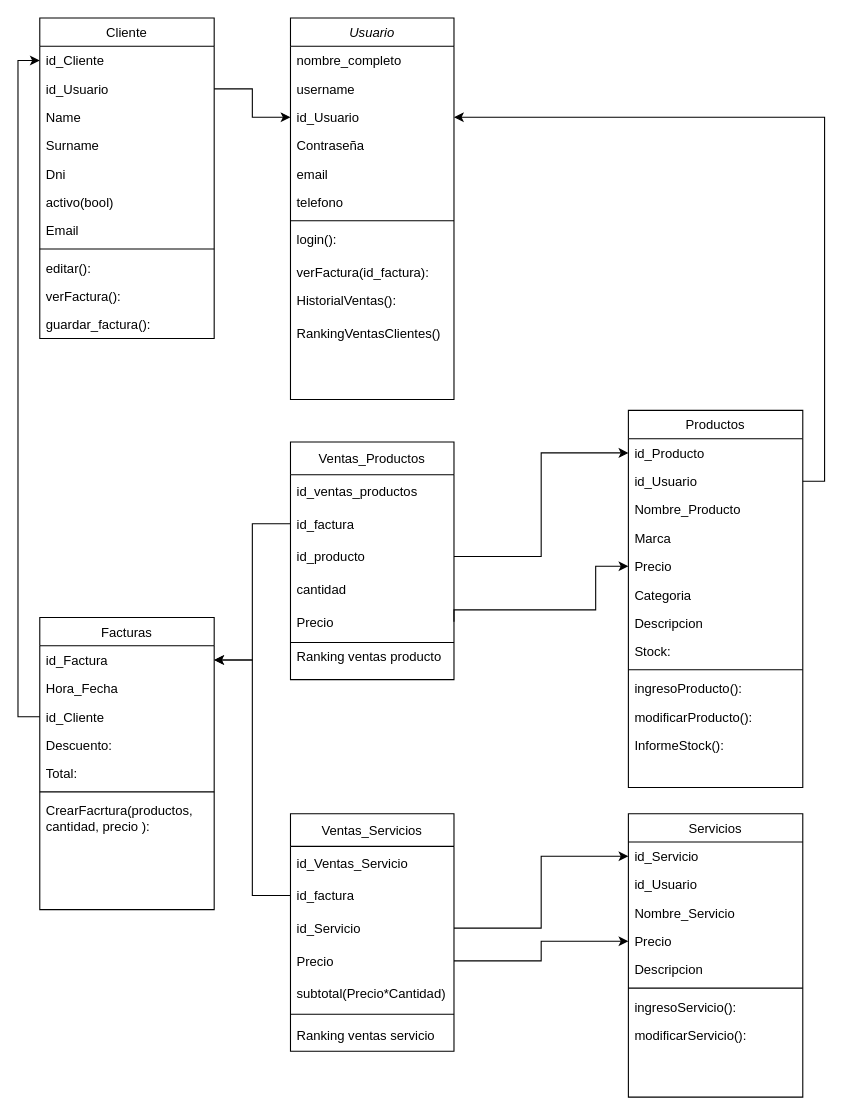
Before: UML_proyecto/Diagrama proyecto informatico.drawio in Francovc12/repopractica, a draw.io diagram. Source tidied: cells renumbered, new cells numbered last; positions are measured from the earlier drawing's top-left corner, leaving out a move shared by most shapes. Both pictures are drawn from the tidied source at 109%, with x=0, y=0 at pixel (39, 17).
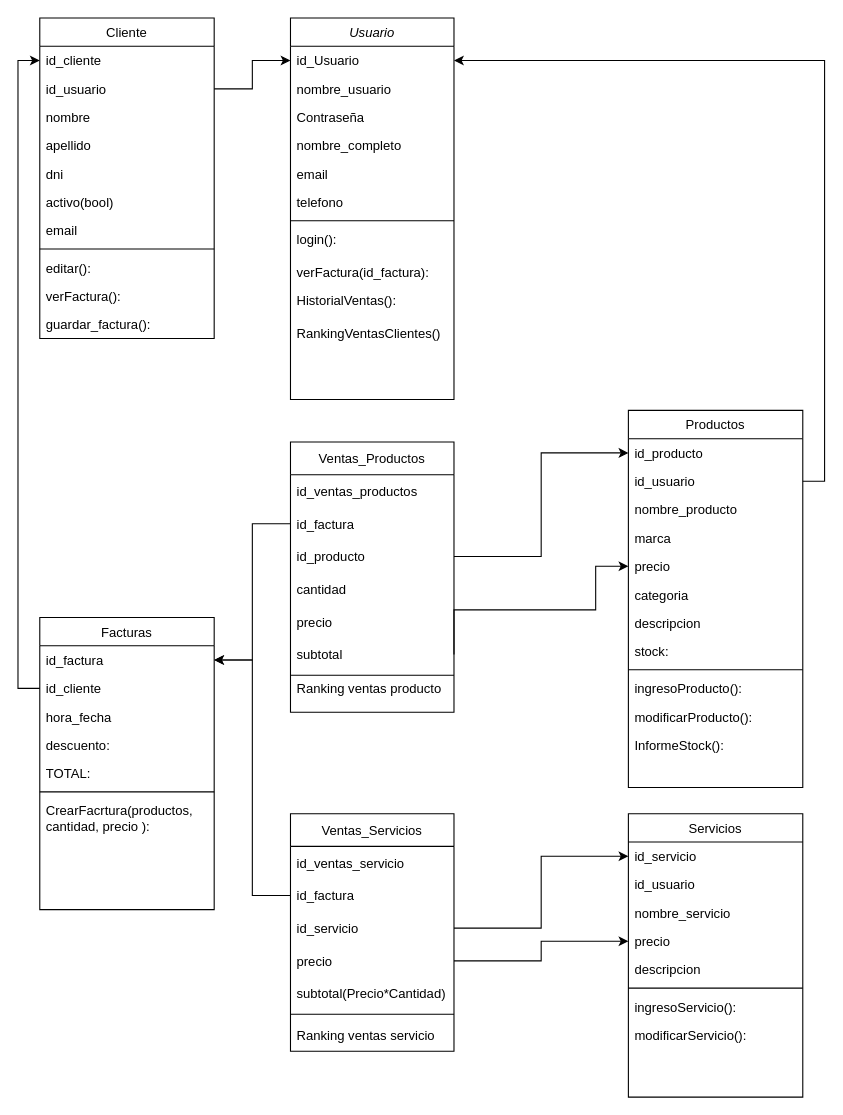
The same diagram, later.

Commit message (it also covers changes not shown here):
modificacion uml

The change refers to these unchanged cells:
```xml
<mxCell id="2" value="Usuario" style="swimlane;fontStyle=2;align=center;verticalAlign=top;horizontal=1;startSize=26;rounded=0;shadow=0;strokeWidth=1;" parent="1" vertex="1">
  <mxGeometry x="230" width="150" height="350" as="geometry" />
</mxCell>
<mxCell id="14" value="Cliente" style="swimlane;fontStyle=0;align=center;verticalAlign=top;horizontal=1;startSize=26;rounded=0;shadow=0;strokeWidth=1;" parent="1" vertex="1">
  <mxGeometry width="160" height="294" as="geometry" />
</mxCell>
<mxCell id="26" value="Productos" style="swimlane;fontStyle=0;align=center;verticalAlign=top;horizontal=1;startSize=26;rounded=0;shadow=0;strokeWidth=1;" parent="1" vertex="1">
  <mxGeometry x="540" y="360" width="160" height="346" as="geometry" />
</mxCell>
<mxCell id="39" value="Facturas" style="swimlane;fontStyle=0;align=center;verticalAlign=top;horizontal=1;startSize=26;rounded=0;shadow=0;strokeWidth=1;" parent="1" vertex="1">
  <mxGeometry y="550" width="160" height="268" as="geometry" />
</mxCell>
<mxCell id="62" value="Servicios" style="swimlane;fontStyle=0;align=center;verticalAlign=top;horizontal=1;startSize=26;rounded=0;shadow=0;strokeWidth=1;" parent="1" vertex="1">
  <mxGeometry x="540" y="730" width="160" height="260" as="geometry" />
</mxCell>
<mxCell id="71" value="Ventas_Servicios" style="swimlane;fontStyle=0;horizontal=1;startSize=30;" parent="1" vertex="1">
  <mxGeometry x="230" y="730" width="150" height="218" as="geometry" />
</mxCell>
```

The edit, as a diff of the source:
```diff
@@
+    <mxCell id="5" value="id_Usuario" style="text;align=left;verticalAlign=top;spacingLeft=4;spacingRight=4;overflow=hidden;points=[[0,0.5],[1,0.5]];portConstraint=eastwest;" parent="2" vertex="1">
+      <mxGeometry y="26" width="150" height="26" as="geometry" />
+    </mxCell>
-    <mxCell id="3" value="nombre_completo" style="text;align=left;verticalAlign=top;spacingLeft=4;spacingRight=4;overflow=hidden;" parent="2" vertex="1">
-      <mxGeometry y="26" width="150" height="26" as="geometry" />
+    <mxCell id="3" value="nombre_usuario" style="text;align=left;verticalAlign=top;spacingLeft=4;spacingRight=4;overflow=hidden;" parent="2" vertex="1">
+      <mxGeometry y="52" width="150" height="26" as="geometry" />
     </mxCell>
+    <mxCell id="6" value="Contraseña" style="text;align=left;verticalAlign=top;spacingLeft=4;spacingRight=4;overflow=hidden;rounded=0;shadow=0;html=0;" parent="2" vertex="1">
+      <mxGeometry y="78" width="150" height="26" as="geometry" />
+    </mxCell>
-    <mxCell id="4" value="username" style="text;align=left;verticalAlign=top;spacingLeft=4;spacingRight=4;overflow=hidden;" parent="2" vertex="1">
-      <mxGeometry y="52" width="150" height="26" as="geometry" />
+    <mxCell id="4" value="nombre_completo" style="text;align=left;verticalAlign=top;spacingLeft=4;spacingRight=4;overflow=hidden;" parent="2" vertex="1">
+      <mxGeometry y="104" width="150" height="26" as="geometry" />
     </mxCell>
-    <mxCell id="5" value="id_Usuario" style="text;align=left;verticalAlign=top;spacingLeft=4;spacingRight=4;overflow=hidden;points=[[0,0.5],[1,0.5]];portConstraint=eastwest;" parent="2" vertex="1">
-      <mxGeometry y="78" width="150" height="26" as="geometry" />
-    </mxCell>
-    <mxCell id="6" value="Contraseña" style="text;align=left;verticalAlign=top;spacingLeft=4;spacingRight=4;overflow=hidden;rounded=0;shadow=0;html=0;" parent="2" vertex="1">
-      <mxGeometry y="104" width="150" height="26" as="geometry" />
-    </mxCell>
@@
-    <mxCell id="15" value="id_Cliente" style="text;align=left;verticalAlign=top;spacingLeft=4;spacingRight=4;overflow=hidden;points=[[0,0.5],[1,0.5]];portConstraint=eastwest;" parent="14" vertex="1">
+    <mxCell id="15" value="id_cliente" style="text;align=left;verticalAlign=top;spacingLeft=4;spacingRight=4;overflow=hidden;points=[[0,0.5],[1,0.5]];portConstraint=eastwest;" parent="14" vertex="1">
       <mxGeometry y="26" width="160" height="26" as="geometry" />
     </mxCell>
-    <mxCell id="16" value="id_Usuario" style="text;align=left;verticalAlign=top;spacingLeft=4;spacingRight=4;overflow=hidden;points=[[0,0.5],[1,0.5]];portConstraint=eastwest;" parent="14" vertex="1">
+    <mxCell id="16" value="id_usuario" style="text;align=left;verticalAlign=top;spacingLeft=4;spacingRight=4;overflow=hidden;points=[[0,0.5],[1,0.5]];portConstraint=eastwest;" parent="14" vertex="1">
       <mxGeometry y="52" width="160" height="26" as="geometry" />
     </mxCell>
-    <mxCell id="17" value="Name" style="text;align=left;verticalAlign=top;spacingLeft=4;spacingRight=4;overflow=hidden;" parent="14" vertex="1">
+    <mxCell id="17" value="nombre" style="text;align=left;verticalAlign=top;spacingLeft=4;spacingRight=4;overflow=hidden;" parent="14" vertex="1">
       <mxGeometry y="78" width="160" height="26" as="geometry" />
     </mxCell>
-    <mxCell id="18" value="Surname" style="text;align=left;verticalAlign=top;spacingLeft=4;spacingRight=4;overflow=hidden;rounded=0;shadow=0;html=0;" parent="14" vertex="1">
+    <mxCell id="18" value="apellido" style="text;align=left;verticalAlign=top;spacingLeft=4;spacingRight=4;overflow=hidden;rounded=0;shadow=0;html=0;" parent="14" vertex="1">
       <mxGeometry y="104" width="160" height="26" as="geometry" />
     </mxCell>
-    <mxCell id="19" value="Dni" style="text;align=left;verticalAlign=top;spacingLeft=4;spacingRight=4;overflow=hidden;rounded=0;shadow=0;html=0;" parent="14" vertex="1">
+    <mxCell id="19" value="dni" style="text;align=left;verticalAlign=top;spacingLeft=4;spacingRight=4;overflow=hidden;rounded=0;shadow=0;html=0;" parent="14" vertex="1">
       <mxGeometry y="130" width="160" height="26" as="geometry" />
     </mxCell>
@@
-    <mxCell id="21" value="Email" style="text;align=left;verticalAlign=top;spacingLeft=4;spacingRight=4;overflow=hidden;rounded=0;shadow=0;html=0;" parent="14" vertex="1">
+    <mxCell id="21" value="email" style="text;align=left;verticalAlign=top;spacingLeft=4;spacingRight=4;overflow=hidden;rounded=0;shadow=0;html=0;" parent="14" vertex="1">
       <mxGeometry y="182" width="160" height="26" as="geometry" />
     </mxCell>
@@
-    <mxCell id="27" value="id_Producto" style="text;align=left;verticalAlign=top;spacingLeft=4;spacingRight=4;overflow=hidden;points=[[0,0.5],[1,0.5]];portConstraint=eastwest;" parent="26" vertex="1">
+    <mxCell id="27" value="id_producto" style="text;align=left;verticalAlign=top;spacingLeft=4;spacingRight=4;overflow=hidden;points=[[0,0.5],[1,0.5]];portConstraint=eastwest;" parent="26" vertex="1">
       <mxGeometry y="26" width="160" height="26" as="geometry" />
     </mxCell>
-    <mxCell id="28" value="id_Usuario" style="text;align=left;verticalAlign=top;spacingLeft=4;spacingRight=4;overflow=hidden;points=[[0,0.5],[1,0.5]];portConstraint=eastwest;" parent="26" vertex="1">
+    <mxCell id="28" value="id_usuario" style="text;align=left;verticalAlign=top;spacingLeft=4;spacingRight=4;overflow=hidden;points=[[0,0.5],[1,0.5]];portConstraint=eastwest;" parent="26" vertex="1">
       <mxGeometry y="52" width="160" height="26" as="geometry" />
     </mxCell>
-    <mxCell id="29" value="Nombre_Producto" style="text;align=left;verticalAlign=top;spacingLeft=4;spacingRight=4;overflow=hidden;" parent="26" vertex="1">
+    <mxCell id="29" value="nombre_producto" style="text;align=left;verticalAlign=top;spacingLeft=4;spacingRight=4;overflow=hidden;" parent="26" vertex="1">
       <mxGeometry y="78" width="160" height="26" as="geometry" />
     </mxCell>
-    <mxCell id="30" value="Marca" style="text;align=left;verticalAlign=top;spacingLeft=4;spacingRight=4;overflow=hidden;" parent="26" vertex="1">
+    <mxCell id="30" value="marca" style="text;align=left;verticalAlign=top;spacingLeft=4;spacingRight=4;overflow=hidden;" parent="26" vertex="1">
       <mxGeometry y="104" width="160" height="26" as="geometry" />
     </mxCell>
-    <mxCell id="31" value="Precio" style="text;align=left;verticalAlign=top;spacingLeft=4;spacingRight=4;overflow=hidden;points=[[0,0.5],[1,0.5]];portConstraint=eastwest;" parent="26" vertex="1">
+    <mxCell id="31" value="precio" style="text;align=left;verticalAlign=top;spacingLeft=4;spacingRight=4;overflow=hidden;points=[[0,0.5],[1,0.5]];portConstraint=eastwest;" parent="26" vertex="1">
       <mxGeometry y="130" width="160" height="26" as="geometry" />
     </mxCell>
-    <mxCell id="32" value="Categoria" style="text;align=left;verticalAlign=top;spacingLeft=4;spacingRight=4;overflow=hidden;" parent="26" vertex="1">
+    <mxCell id="32" value="categoria" style="text;align=left;verticalAlign=top;spacingLeft=4;spacingRight=4;overflow=hidden;" parent="26" vertex="1">
       <mxGeometry y="156" width="160" height="26" as="geometry" />
     </mxCell>
-    <mxCell id="33" value="Descripcion" style="text;align=left;verticalAlign=top;spacingLeft=4;spacingRight=4;overflow=hidden;" parent="26" vertex="1">
+    <mxCell id="33" value="descripcion" style="text;align=left;verticalAlign=top;spacingLeft=4;spacingRight=4;overflow=hidden;" parent="26" vertex="1">
       <mxGeometry y="182" width="160" height="26" as="geometry" />
     </mxCell>
-    <mxCell id="34" value="Stock:" style="text;align=left;verticalAlign=top;spacingLeft=4;spacingRight=4;overflow=hidden;" parent="26" vertex="1">
+    <mxCell id="34" value="stock:" style="text;align=left;verticalAlign=top;spacingLeft=4;spacingRight=4;overflow=hidden;" parent="26" vertex="1">
       <mxGeometry y="208" width="160" height="26" as="geometry" />
     </mxCell>
@@
-    <mxCell id="40" value="id_Factura" style="text;align=left;verticalAlign=top;spacingLeft=4;spacingRight=4;overflow=hidden;points=[[0,0.5],[1,0.5]];portConstraint=eastwest;" parent="39" vertex="1">
+    <mxCell id="40" value="id_factura" style="text;align=left;verticalAlign=top;spacingLeft=4;spacingRight=4;overflow=hidden;points=[[0,0.5],[1,0.5]];portConstraint=eastwest;" parent="39" vertex="1">
       <mxGeometry y="26" width="160" height="26" as="geometry" />
     </mxCell>
+    <mxCell id="42" value="id_cliente" style="text;align=left;verticalAlign=top;spacingLeft=4;spacingRight=4;overflow=hidden;points=[[0,0.5],[1,0.5]];portConstraint=eastwest;rounded=0;shadow=0;html=0;" parent="39" vertex="1">
+      <mxGeometry y="52" width="160" height="26" as="geometry" />
+    </mxCell>
-    <mxCell id="41" value="Hora_Fecha" style="text;align=left;verticalAlign=top;spacingLeft=4;spacingRight=4;overflow=hidden;rounded=0;shadow=0;html=0;" parent="39" vertex="1">
-      <mxGeometry y="52" width="160" height="26" as="geometry" />
+    <mxCell id="41" value="hora_fecha" style="text;align=left;verticalAlign=top;spacingLeft=4;spacingRight=4;overflow=hidden;rounded=0;shadow=0;html=0;" parent="39" vertex="1">
+      <mxGeometry y="78" width="160" height="26" as="geometry" />
     </mxCell>
-    <mxCell id="42" value="id_Cliente" style="text;align=left;verticalAlign=top;spacingLeft=4;spacingRight=4;overflow=hidden;points=[[0,0.5],[1,0.5]];portConstraint=eastwest;rounded=0;shadow=0;html=0;" parent="39" vertex="1">
-      <mxGeometry y="78" width="160" height="26" as="geometry" />
-    </mxCell>
-    <mxCell id="43" value="Descuento:" style="text;align=left;verticalAlign=top;spacingLeft=4;spacingRight=4;overflow=hidden;rounded=0;shadow=0;html=0;" parent="39" vertex="1">
+    <mxCell id="43" value="descuento:" style="text;align=left;verticalAlign=top;spacingLeft=4;spacingRight=4;overflow=hidden;rounded=0;shadow=0;html=0;" parent="39" vertex="1">
       <mxGeometry y="104" width="160" height="26" as="geometry" />
     </mxCell>
-    <mxCell id="44" value="Total:" style="text;align=left;verticalAlign=top;spacingLeft=4;spacingRight=4;overflow=hidden;points=[[0,0.5],[1,0.5]];portConstraint=eastwest;rounded=0;shadow=0;html=0;" parent="39" vertex="1">
+    <mxCell id="44" value="TOTAL:" style="text;align=left;verticalAlign=top;spacingLeft=4;spacingRight=4;overflow=hidden;points=[[0,0.5],[1,0.5]];portConstraint=eastwest;rounded=0;shadow=0;html=0;" parent="39" vertex="1">
       <mxGeometry y="130" width="160" height="26" as="geometry" />
     </mxCell>
@@
     <mxCell id="53" value="Ventas_Productos" style="swimlane;fontStyle=0;horizontal=1;startSize=30;" parent="1" vertex="1">
-      <mxGeometry x="230" y="389" width="150" height="218" as="geometry" />
+      <mxGeometry x="230" y="389" width="150" height="248" as="geometry" />
     </mxCell>
@@
+    <mxCell id="82" value="precio" style="text;strokeColor=none;fillColor=none;align=left;verticalAlign=middle;spacingLeft=4;spacingRight=4;overflow=hidden;" parent="53" vertex="1">
+      <mxGeometry y="150" width="150" height="30" as="geometry" />
+    </mxCell>
-    <mxCell id="58" value="Precio" style="text;strokeColor=none;fillColor=none;align=left;verticalAlign=middle;spacingLeft=4;spacingRight=4;overflow=hidden;points=[[0,0.5],[1,0.5]];portConstraint=eastwest;" parent="53" vertex="1">
-      <mxGeometry y="150" width="150" height="30" as="geometry" />
+    <mxCell id="58" value="subtotal" style="text;strokeColor=none;fillColor=none;align=left;verticalAlign=middle;spacingLeft=4;spacingRight=4;overflow=hidden;points=[[0,0.5],[1,0.5]];portConstraint=eastwest;" parent="53" vertex="1">
+      <mxGeometry y="180" width="150" height="30" as="geometry" />
     </mxCell>
     <mxCell id="59" style="line;html=1;strokeWidth=1;align=left;verticalAlign=middle;spacingTop=-1;spacingLeft=3;spacingRight=3;labelPosition=right;" parent="53" vertex="1">
-      <mxGeometry y="180" width="150" height="8" as="geometry" />
+      <mxGeometry y="210" width="150" height="8" as="geometry" />
     </mxCell>
     <mxCell id="60" value="Ranking ventas producto&#10;" style="text;strokeColor=none;fillColor=none;align=left;verticalAlign=middle;spacingLeft=4;spacingRight=4;overflow=hidden;" parent="53" vertex="1">
-      <mxGeometry y="188" width="150" height="30" as="geometry" />
+      <mxGeometry y="218" width="150" height="30" as="geometry" />
     </mxCell>
@@
-    <mxCell id="63" value="id_Servicio" style="text;align=left;verticalAlign=top;spacingLeft=4;spacingRight=4;overflow=hidden;points=[[0,0.5],[1,0.5]];portConstraint=eastwest;" parent="62" vertex="1">
+    <mxCell id="63" value="id_servicio" style="text;align=left;verticalAlign=top;spacingLeft=4;spacingRight=4;overflow=hidden;points=[[0,0.5],[1,0.5]];portConstraint=eastwest;" parent="62" vertex="1">
       <mxGeometry y="26" width="160" height="26" as="geometry" />
     </mxCell>
-    <mxCell id="64" value="id_Usuario" style="text;align=left;verticalAlign=top;spacingLeft=4;spacingRight=4;overflow=hidden;" parent="62" vertex="1">
+    <mxCell id="64" value="id_usuario" style="text;align=left;verticalAlign=top;spacingLeft=4;spacingRight=4;overflow=hidden;" parent="62" vertex="1">
       <mxGeometry y="52" width="160" height="26" as="geometry" />
     </mxCell>
-    <mxCell id="65" value="Nombre_Servicio" style="text;align=left;verticalAlign=top;spacingLeft=4;spacingRight=4;overflow=hidden;" parent="62" vertex="1">
+    <mxCell id="65" value="nombre_servicio" style="text;align=left;verticalAlign=top;spacingLeft=4;spacingRight=4;overflow=hidden;" parent="62" vertex="1">
       <mxGeometry y="78" width="160" height="26" as="geometry" />
     </mxCell>
-    <mxCell id="66" value="Precio" style="text;align=left;verticalAlign=top;spacingLeft=4;spacingRight=4;overflow=hidden;points=[[0,0.5],[1,0.5]];portConstraint=eastwest;" parent="62" vertex="1">
+    <mxCell id="66" value="precio" style="text;align=left;verticalAlign=top;spacingLeft=4;spacingRight=4;overflow=hidden;points=[[0,0.5],[1,0.5]];portConstraint=eastwest;" parent="62" vertex="1">
       <mxGeometry y="104" width="160" height="26" as="geometry" />
     </mxCell>
-    <mxCell id="67" value="Descripcion" style="text;align=left;verticalAlign=top;spacingLeft=4;spacingRight=4;overflow=hidden;" parent="62" vertex="1">
+    <mxCell id="67" value="descripcion" style="text;align=left;verticalAlign=top;spacingLeft=4;spacingRight=4;overflow=hidden;" parent="62" vertex="1">
       <mxGeometry y="130" width="160" height="26" as="geometry" />
     </mxCell>
@@
-    <mxCell id="72" value="id_Ventas_Servicio" style="text;strokeColor=none;fillColor=none;align=left;verticalAlign=middle;spacingLeft=4;spacingRight=4;overflow=hidden;" parent="71" vertex="1">
+    <mxCell id="72" value="id_ventas_servicio" style="text;strokeColor=none;fillColor=none;align=left;verticalAlign=middle;spacingLeft=4;spacingRight=4;overflow=hidden;" parent="71" vertex="1">
       <mxGeometry y="30" width="150" height="30" as="geometry" />
     </mxCell>
@@
-    <mxCell id="74" value="id_Servicio" style="text;strokeColor=none;fillColor=none;align=left;verticalAlign=middle;spacingLeft=4;spacingRight=4;overflow=hidden;points=[[0,0.5],[1,0.5]];portConstraint=eastwest;" parent="71" vertex="1">
+    <mxCell id="74" value="id_servicio" style="text;strokeColor=none;fillColor=none;align=left;verticalAlign=middle;spacingLeft=4;spacingRight=4;overflow=hidden;points=[[0,0.5],[1,0.5]];portConstraint=eastwest;" parent="71" vertex="1">
       <mxGeometry y="90" width="150" height="30" as="geometry" />
     </mxCell>
-    <mxCell id="75" value="Precio" style="text;strokeColor=none;fillColor=none;align=left;verticalAlign=middle;spacingLeft=4;spacingRight=4;overflow=hidden;points=[[0,0.5],[1,0.5]];portConstraint=eastwest;" parent="71" vertex="1">
+    <mxCell id="75" value="precio" style="text;strokeColor=none;fillColor=none;align=left;verticalAlign=middle;spacingLeft=4;spacingRight=4;overflow=hidden;points=[[0,0.5],[1,0.5]];portConstraint=eastwest;" parent="71" vertex="1">
       <mxGeometry y="120" width="150" height="30" as="geometry" />
     </mxCell>
```
